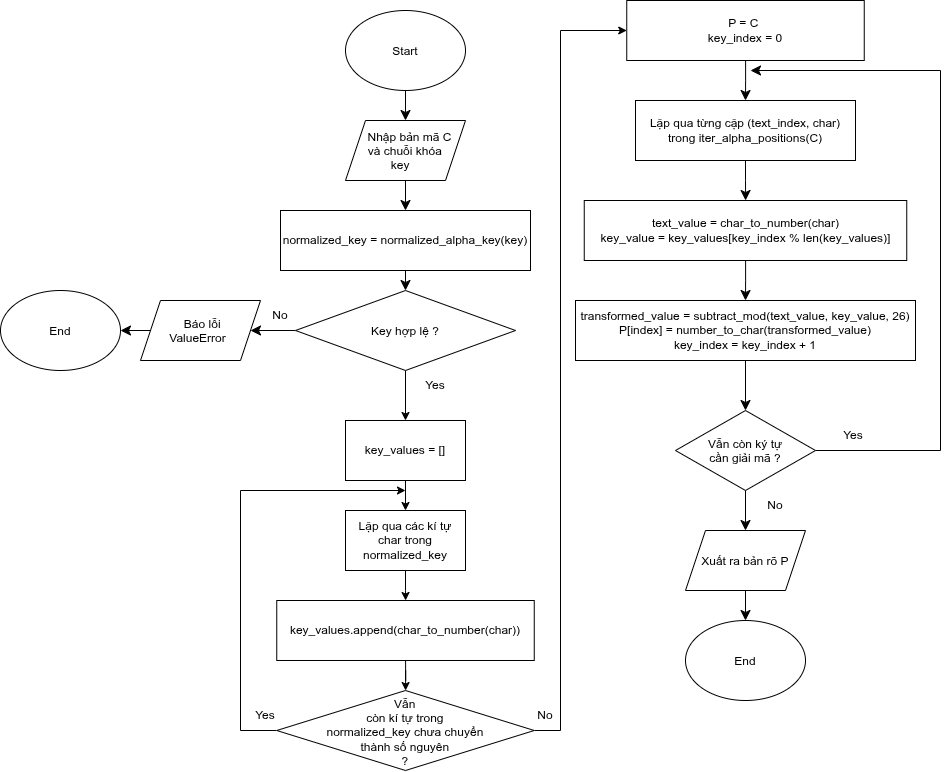
quanghung4dhh/LTMM_Project keeps this draw.io diagram as assets/vigenere_decrypt.png. Above is the earlier version. Source tidied: cells renumbered, new cells last; positions are measured from the earlier drawing's top-left corner, leaving out a move shared by most shapes.
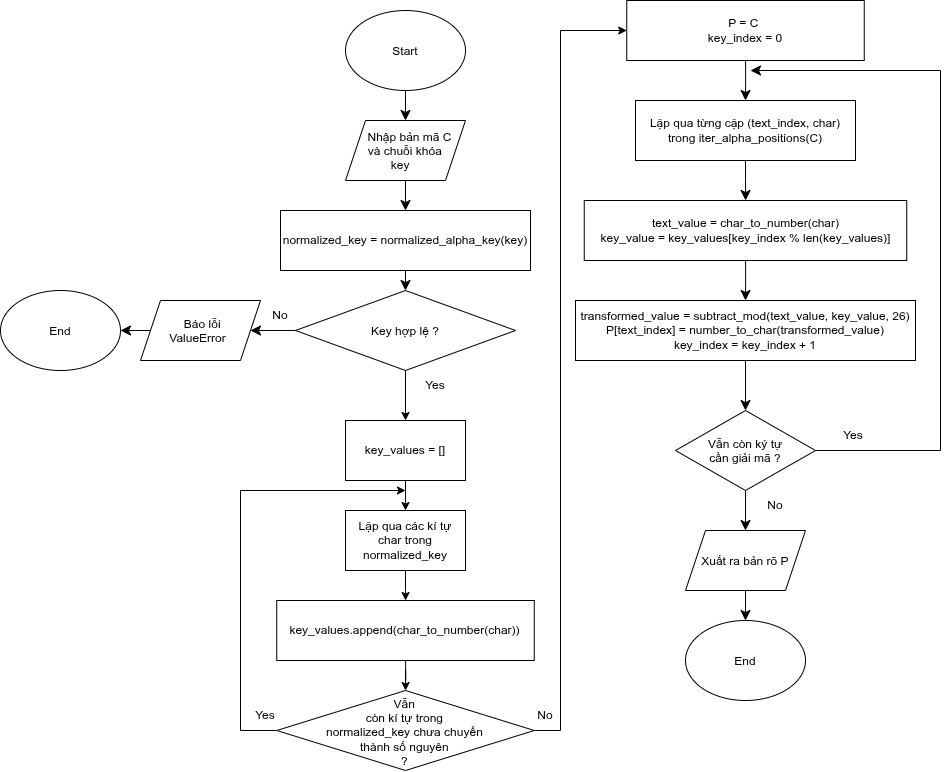
The same file after the commit.

The edit, as a diff of the source:
```diff
@@ -35,7 +35,7 @@
     <mxCell id="12" style="edgeStyle=orthogonalEdgeStyle;curved=1;rounded=0;curveGeometry=1;jettySize=auto;html=1;fontSize=12;defaultLabelBackgroundColor=page;startSize=8;endSize=8;" parent="1" edge="1" source="13" target="16">
       <mxGeometry relative="1" as="geometry" />
     </mxCell>
-    <mxCell id="13" value="&lt;div&gt;transformed_value = subtract_mod(text_value, key_value, 26)&lt;/div&gt;P[index] = number_to_char(transformed_value)&lt;div&gt;key_index = key_index + 1&lt;/div&gt;" style="rounded=0;whiteSpace=wrap;html=1;" parent="1" vertex="1">
+    <mxCell id="13" value="&lt;div&gt;transformed_value = subtract_mod(text_value, key_value, 26)&lt;/div&gt;P[text_index] = number_to_char(transformed_value)&lt;div&gt;key_index = key_index + 1&lt;/div&gt;" style="rounded=0;whiteSpace=wrap;html=1;" parent="1" vertex="1">
       <mxGeometry x="575" y="300" width="340" height="60" as="geometry" />
     </mxCell>
     <mxCell id="14" style="edgeStyle=orthogonalEdgeStyle;curved=1;rounded=0;curveGeometry=1;jettySize=auto;html=1;fontSize=12;defaultLabelBackgroundColor=page;startSize=8;endSize=8;" parent="1" edge="1" source="16" target="18">
```
